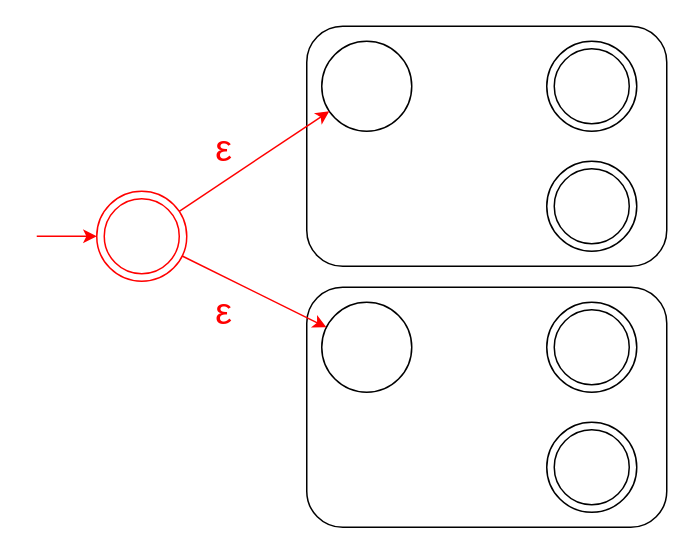
The draw.io diagram page "Union" (4 of 5) of content/post/2023/dfa-regex-with-rust-2/nodes.drawio in ryota2357/ryota2357.com, before the edit. Source tidied: cells renumbered, new cells numbered last; positions are measured from the earlier drawing's top-left corner, leaving out a move shared by most shapes. Both pictures are drawn from the tidied source at 150%, with x=0, y=0 at pixel (36, 26).
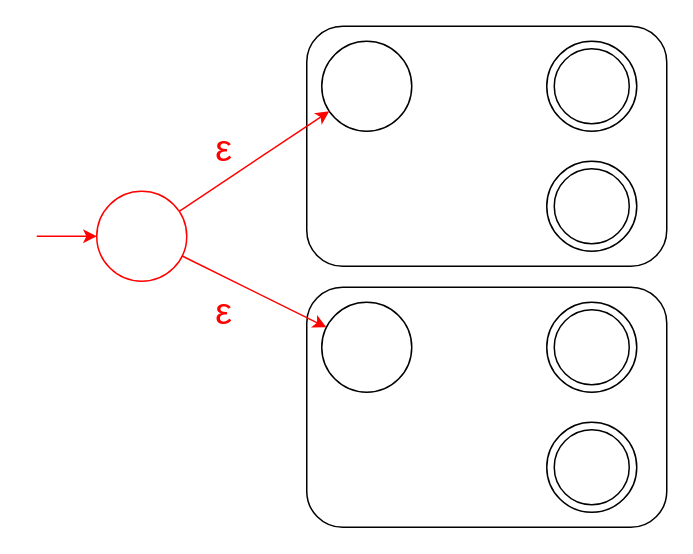
After the change.

The edit, as a diff of the source:
```diff
@@
-    <mxCell id="17" style="ellipse;whiteSpace=wrap;html=1;strokeColor=#FF0000;" parent="1" vertex="1">
-      <mxGeometry x="45" y="115" width="50" height="50" as="geometry" />
-    </mxCell>
```
